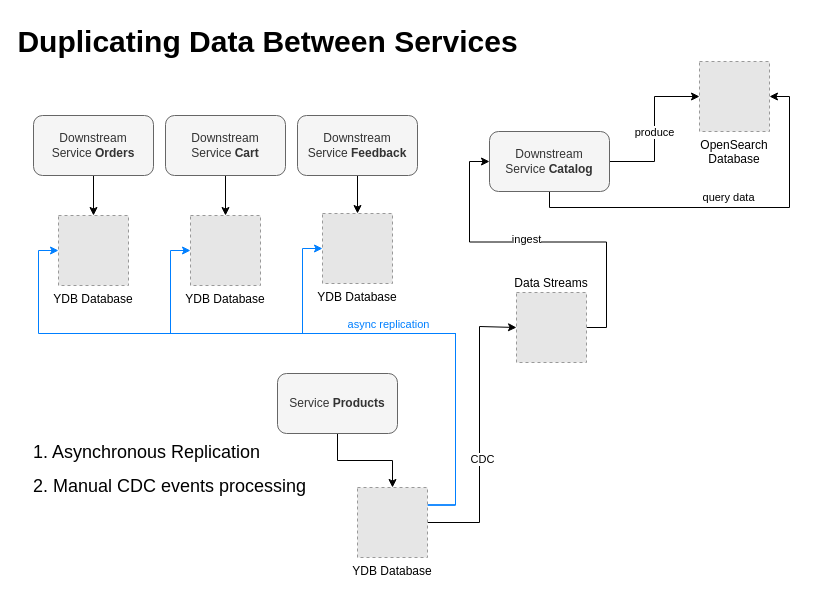
This is app/docs/architecture/duplicating-data-between-services/duplicating-data-between-services.drawio from bratushkadan/diploma, a draw.io file, before an edit. Source tidied: cells renumbered, new cells numbered last; positions are measured from the earlier drawing's top-left corner, leaving out a move shared by most shapes. Both pictures are drawn from the tidied source at 100%, with x=0, y=0 at pixel (23, 17). Pictures stored in the file or linked from it are replaced by grey dashed boxes.
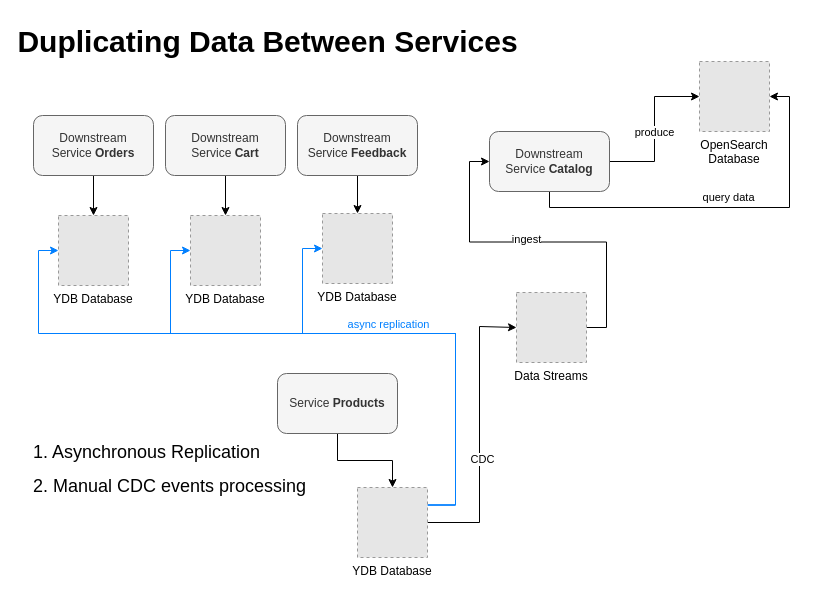
The same diagram, later.

Commit message (it also covers changes not shown here):
docs(architecture):add services data relationships diagrams

Diff of the diagram source:
```diff
@@
-    <mxCell id="11" value="Data Streams" style="fillColor=#E6E6E6;strokeColor=#999999;dashed=1;verticalLabelPosition=top;labelBackgroundColor=#ffffff;verticalAlign=bottom;labelPosition=center;align=center;" parent="1" vertex="1">
+    <mxCell id="11" value="Data Streams" style="fillColor=#E6E6E6;strokeColor=#999999;dashed=1;verticalLabelPosition=bottom;labelBackgroundColor=#ffffff;verticalAlign=top;labelPosition=center;align=center;" parent="1" vertex="1">
       <mxGeometry x="493" y="275" width="70" height="70" as="geometry" />
     </mxCell>
```
